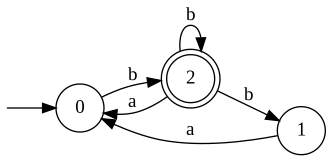
Earlier version of the Graphviz export img/mirror2.png (Vad3L/Automaton). Its source is kept beside it as img/mirror2.dot.
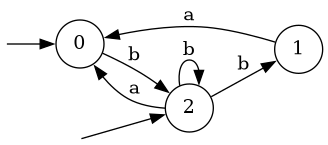
Later version of the same file.

Diff of the diagram source:
```diff
@@ -1,9 +1,9 @@
 digraph Automaton {
 	 rankdir=LR
-	n0[shape=none label="" height=0 width=0 ]
-	n0->0
-	0[shape=circle]
-	2[shape=doublecircle]
+	0[shape=doublecircle]
+	n2[shape=none label="" height=0 width=0 ]
+	n2->2
+	2[shape=circle]
 	node [shape = circle]
 	0
 	1
```
